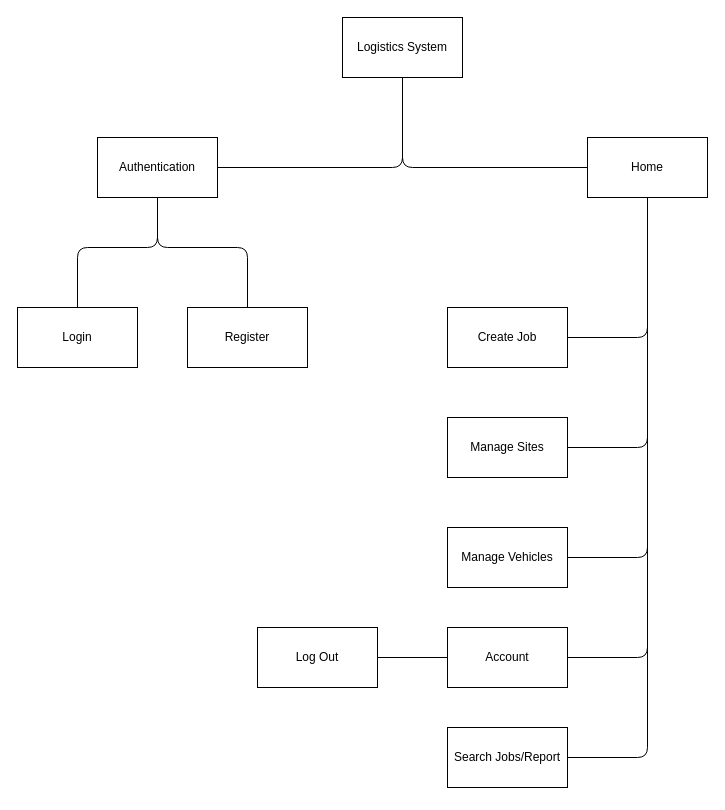
quietpanda284/logistics_app keeps this draw.io diagram as project-root/docs/sitemap.drawio. Above is the earlier version. Source tidied: cells renumbered, new cells numbered last; positions are measured from the earlier drawing's top-left corner, leaving out a move shared by most shapes. Both pictures are drawn from the tidied source at 100%, with x=0, y=0 at pixel (17, 17).
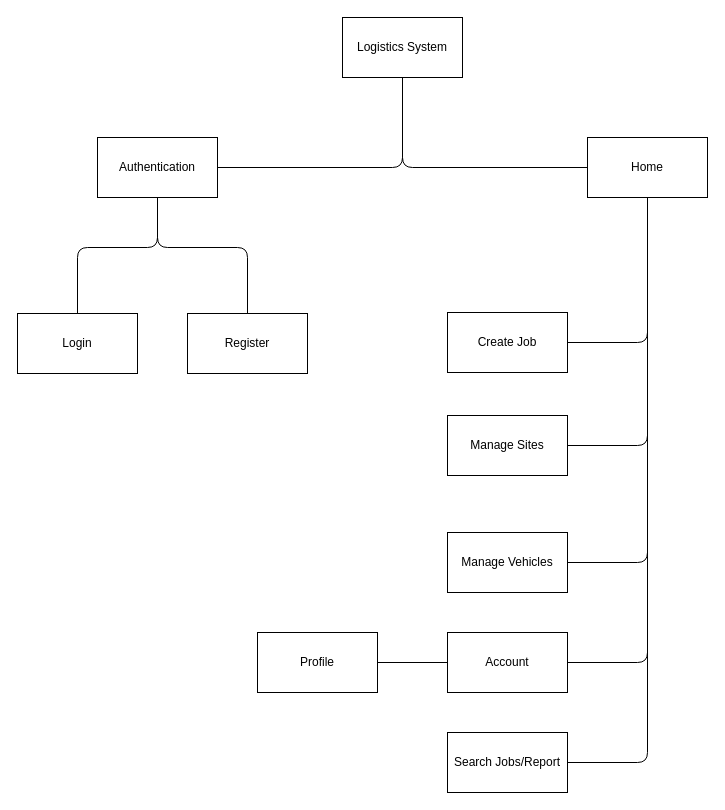
The same diagram, later.

The change refers to these unchanged cells:
```xml
<mxCell id="15" value="Home" style="rounded=0;whiteSpace=wrap;html=1;" parent="1" vertex="1">
  <mxGeometry x="570" y="120" width="120" height="60" as="geometry" />
</mxCell>
```

What changed in the source:
```diff
@@
     <mxCell id="8" value="Login" style="rounded=0;whiteSpace=wrap;html=1;" parent="1" vertex="1">
-      <mxGeometry y="290" width="120" height="60" as="geometry" />
+      <mxGeometry y="296" width="120" height="60" as="geometry" />
     </mxCell>
     <mxCell id="9" value="Register" style="rounded=0;whiteSpace=wrap;html=1;" parent="1" vertex="1">
-      <mxGeometry x="170" y="290" width="120" height="60" as="geometry" />
+      <mxGeometry x="170" y="296" width="120" height="60" as="geometry" />
     </mxCell>
     <mxCell id="10" style="edgeStyle=none;html=1;exitX=0.5;exitY=1;exitDx=0;exitDy=0;entryX=1;entryY=0.5;entryDx=0;entryDy=0;endArrow=none;endFill=0;" parent="1" edge="1" source="15" target="16">
       <mxGeometry relative="1" as="geometry">
         <Array as="points">
-          <mxPoint x="630" y="320" />
+          <mxPoint x="630" y="325" />
         </Array>
       </mxGeometry>
     </mxCell>
     <mxCell id="11" style="edgeStyle=none;html=1;exitX=0.5;exitY=1;exitDx=0;exitDy=0;entryX=1;entryY=0.5;entryDx=0;entryDy=0;endArrow=none;endFill=0;" parent="1" edge="1" source="15" target="17">
       <mxGeometry relative="1" as="geometry">
         <Array as="points">
-          <mxPoint x="630" y="430" />
+          <mxPoint x="630" y="428" />
         </Array>
       </mxGeometry>
     </mxCell>
     <mxCell id="12" style="edgeStyle=none;html=1;exitX=0.5;exitY=1;exitDx=0;exitDy=0;entryX=1;entryY=0.5;entryDx=0;entryDy=0;endArrow=none;endFill=0;" parent="1" edge="1" source="15" target="18">
       <mxGeometry relative="1" as="geometry">
         <Array as="points">
-          <mxPoint x="630" y="540" />
+          <mxPoint x="630" y="545" />
         </Array>
       </mxGeometry>
     </mxCell>
     <mxCell id="13" style="edgeStyle=none;html=1;exitX=0.5;exitY=1;exitDx=0;exitDy=0;entryX=1;entryY=0.5;entryDx=0;entryDy=0;endArrow=none;endFill=0;" parent="1" edge="1" source="15" target="21">
       <mxGeometry relative="1" as="geometry">
         <Array as="points">
-          <mxPoint x="630" y="640" />
+          <mxPoint x="630" y="645" />
         </Array>
       </mxGeometry>
     </mxCell>
     <mxCell id="14" style="edgeStyle=none;html=1;exitX=0.5;exitY=1;exitDx=0;exitDy=0;entryX=1;entryY=0.5;entryDx=0;entryDy=0;endArrow=none;endFill=0;" parent="1" edge="1" source="15" target="19">
       <mxGeometry relative="1" as="geometry">
         <Array as="points">
-          <mxPoint x="630" y="740" />
+          <mxPoint x="630" y="745" />
         </Array>
       </mxGeometry>
     </mxCell>
@@
     <mxCell id="16" value="Create Job" style="rounded=0;whiteSpace=wrap;html=1;" parent="1" vertex="1">
-      <mxGeometry x="430" y="290" width="120" height="60" as="geometry" />
+      <mxGeometry x="430" y="295" width="120" height="60" as="geometry" />
     </mxCell>
     <mxCell id="17" value="Manage Sites" style="rounded=0;whiteSpace=wrap;html=1;" parent="1" vertex="1">
-      <mxGeometry x="430" y="400" width="120" height="60" as="geometry" />
+      <mxGeometry x="430" y="398" width="120" height="60" as="geometry" />
     </mxCell>
     <mxCell id="18" value="Manage Vehicles" style="rounded=0;whiteSpace=wrap;html=1;" parent="1" vertex="1">
-      <mxGeometry x="430" y="510" width="120" height="60" as="geometry" />
+      <mxGeometry x="430" y="515" width="120" height="60" as="geometry" />
     </mxCell>
     <mxCell id="19" value="Search Jobs/Report" style="rounded=0;whiteSpace=wrap;html=1;" parent="1" vertex="1">
-      <mxGeometry x="430" y="710" width="120" height="60" as="geometry" />
+      <mxGeometry x="430" y="715" width="120" height="60" as="geometry" />
     </mxCell>
@@
     <mxCell id="21" value="Account" style="rounded=0;whiteSpace=wrap;html=1;" parent="1" vertex="1">
-      <mxGeometry x="430" y="610" width="120" height="60" as="geometry" />
+      <mxGeometry x="430" y="615" width="120" height="60" as="geometry" />
     </mxCell>
-    <mxCell id="22" value="Log Out" style="rounded=0;whiteSpace=wrap;html=1;" parent="1" vertex="1">
-      <mxGeometry x="240" y="610" width="120" height="60" as="geometry" />
+    <mxCell id="22" value="Profile" style="rounded=0;whiteSpace=wrap;html=1;" parent="1" vertex="1">
+      <mxGeometry x="240" y="615" width="120" height="60" as="geometry" />
     </mxCell>
```
